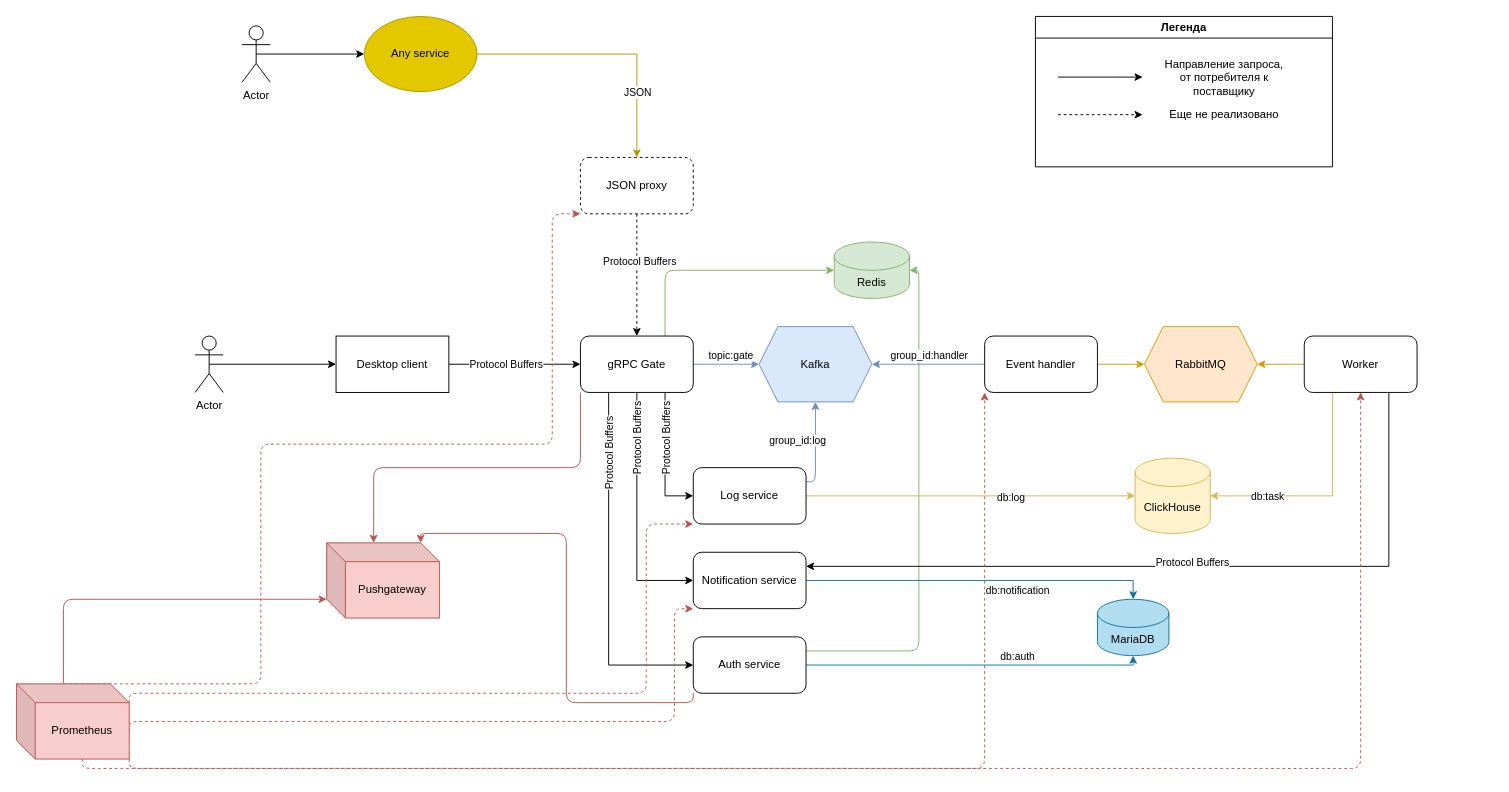
This is page "New" (1 of 2) of scheme.drawio from gbh007/petus-projectus, a draw.io file, before an edit. Source tidied: cells renumbered, new cells numbered last; positions are measured from the earlier drawing's top-left corner, leaving out a move shared by most shapes. Both pictures are drawn from the tidied source at 94%, with x=0, y=0 at pixel (16, 16).
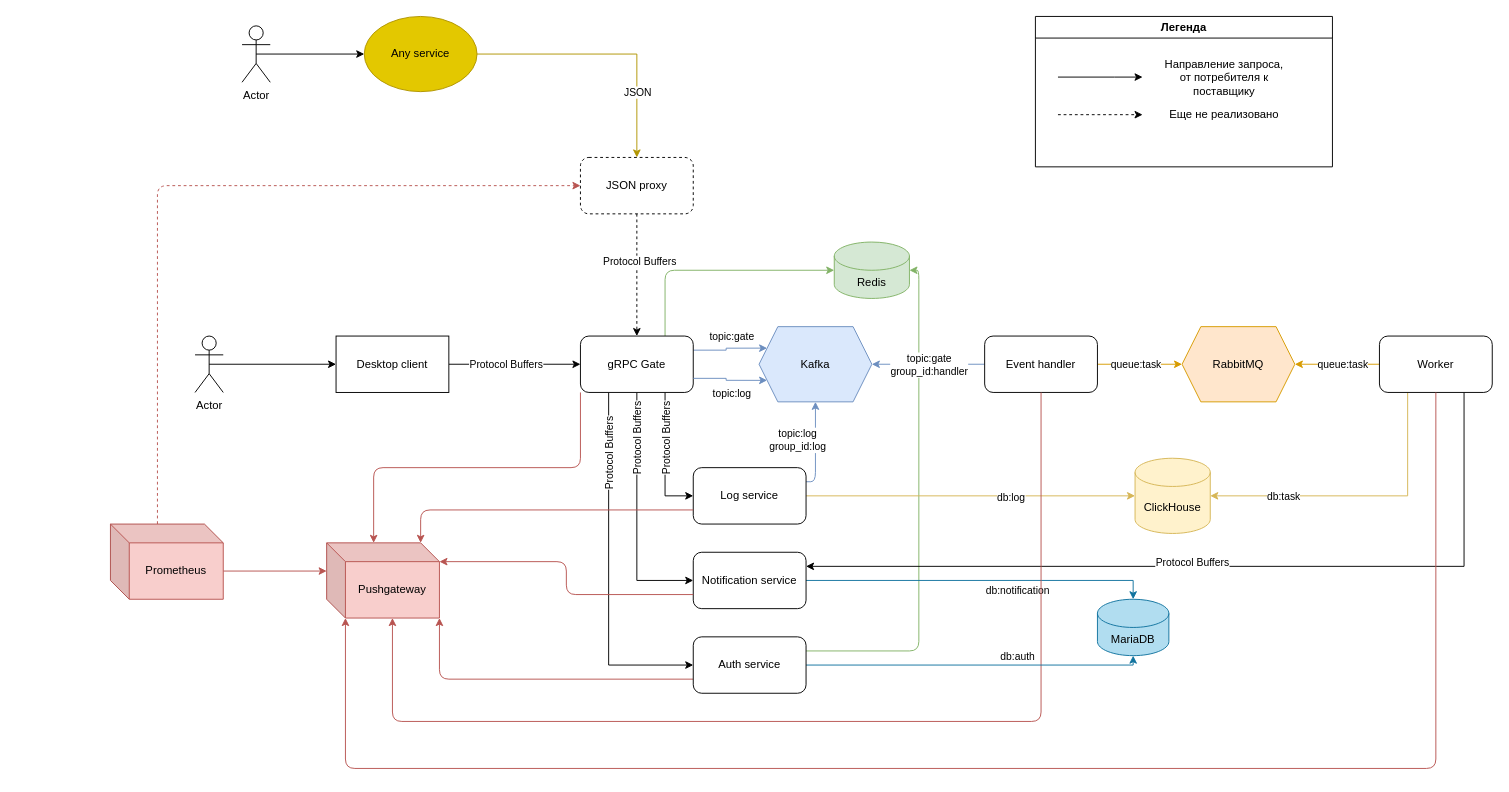
After the change.

Unchanged cells that the change refers to:
```xml
<mxCell id="5" style="edgeStyle=orthogonalEdgeStyle;rounded=0;jettySize=auto;html=1;exitX=0;exitY=0.5;exitDx=0;exitDy=0;entryX=1;entryY=0.5;entryDx=0;entryDy=0;fillColor=#dae8fc;strokeColor=#6c8ebf;" parent="1" edge="1" source="12" target="8">
  <mxGeometry relative="1" as="geometry" />
</mxCell>
<mxCell id="8" value="Kafka" style="shape=hexagon;perimeter=hexagonPerimeter2;whiteSpace=wrap;html=1;fixedSize=1;fillColor=#dae8fc;strokeColor=#6c8ebf;" parent="1" vertex="1">
  <mxGeometry x="790" y="330" width="120" height="80" as="geometry" />
</mxCell>
<mxCell id="11" style="edgeStyle=orthogonalEdgeStyle;rounded=0;jettySize=auto;html=1;exitX=1;exitY=0.5;exitDx=0;exitDy=0;entryX=0;entryY=0.5;entryDx=0;entryDy=0;fillColor=#ffe6cc;strokeColor=#d79b00;" parent="1" edge="1" source="12" target="10">
  <mxGeometry relative="1" as="geometry" />
</mxCell>
<mxCell id="12" value="Event handler" style="rounded=1;whiteSpace=wrap;html=1;" parent="1" vertex="1">
  <mxGeometry x="1030" y="340" width="120" height="60" as="geometry" />
</mxCell>
<mxCell id="25" value="gRPC Gate" style="rounded=1;whiteSpace=wrap;html=1;" parent="1" vertex="1">
  <mxGeometry x="600" y="340" width="120" height="60" as="geometry" />
</mxCell>
<mxCell id="28" value="JSON proxy" style="rounded=1;whiteSpace=wrap;html=1;dashed=1;" parent="1" vertex="1">
  <mxGeometry x="600" y="150" width="120" height="60" as="geometry" />
</mxCell>
<mxCell id="41" value="Log service" style="rounded=1;whiteSpace=wrap;html=1;" parent="1" vertex="1">
  <mxGeometry x="720" y="480" width="120" height="60" as="geometry" />
</mxCell>
<mxCell id="44" value="Notification service" style="rounded=1;whiteSpace=wrap;html=1;" parent="1" vertex="1">
  <mxGeometry x="720" y="570" width="120" height="60" as="geometry" />
</mxCell>
<mxCell id="56" value="Auth service" style="rounded=1;whiteSpace=wrap;html=1;" parent="1" vertex="1">
  <mxGeometry x="720" y="660" width="120" height="60" as="geometry" />
</mxCell>
<mxCell id="68" value="Pushgateway" style="shape=cube;whiteSpace=wrap;html=1;boundedLbl=1;backgroundOutline=1;darkOpacity=0.05;darkOpacity2=0.1;fillColor=#f8cecc;strokeColor=#b85450;" parent="1" vertex="1">
  <mxGeometry x="330" y="560" width="120" height="80" as="geometry" />
</mxCell>
```

What changed in the source:
```diff
@@
-    <mxCell id="6" value="group_id:handler" style="edgeLabel;html=1;align=center;verticalAlign=middle;" parent="5" vertex="1">
+    <mxCell id="6" value="topic:gate&lt;br&gt;group_id:handler" style="edgeLabel;html=1;align=center;verticalAlign=middle;" parent="5" vertex="1">
       <mxGeometry x="-0.21" relative="1" as="geometry">
-        <mxPoint x="-13" y="-10" as="offset" />
+        <mxPoint x="-13" as="offset" />
       </mxGeometry>
     </mxCell>
@@
     <mxCell id="10" value="RabbitMQ" style="shape=hexagon;perimeter=hexagonPerimeter2;whiteSpace=wrap;html=1;fixedSize=1;fillColor=#ffe6cc;strokeColor=#d79b00;" parent="1" vertex="1">
-      <mxGeometry x="1200" y="330" width="120" height="80" as="geometry" />
+      <mxGeometry x="1240" y="330" width="120" height="80" as="geometry" />
     </mxCell>
@@
+    <mxCell id="69" value="queue:task" style="edgeLabel;html=1;align=center;verticalAlign=middle;" parent="11" vertex="1">
+      <mxGeometry x="-0.27" y="1" relative="1" as="geometry">
+        <mxPoint x="7" y="1" as="offset" />
+      </mxGeometry>
+    </mxCell>
@@
     <mxCell id="16" value="Worker" style="rounded=1;whiteSpace=wrap;html=1;" parent="1" vertex="1">
-      <mxGeometry x="1370" y="340" width="120" height="60" as="geometry" />
+      <mxGeometry x="1450" y="340" width="120" height="60" as="geometry" />
     </mxCell>
-    <mxCell id="17" style="edgeStyle=orthogonalEdgeStyle;rounded=0;jettySize=auto;html=1;exitX=1;exitY=0.5;exitDx=0;exitDy=0;entryX=0;entryY=0.5;entryDx=0;entryDy=0;fillColor=#dae8fc;strokeColor=#6c8ebf;" parent="1" edge="1" source="25" target="8">
+    <mxCell id="17" style="edgeStyle=orthogonalEdgeStyle;rounded=0;jettySize=auto;html=1;exitX=1;exitY=0.25;exitDx=0;exitDy=0;entryX=0;entryY=0.25;entryDx=0;entryDy=0;fillColor=#dae8fc;strokeColor=#6c8ebf;" parent="1" edge="1" source="25" target="8">
       <mxGeometry relative="1" as="geometry" />
     </mxCell>
     <mxCell id="18" value="topic:gate" style="edgeLabel;html=1;align=center;verticalAlign=middle;" parent="17" vertex="1">
       <mxGeometry x="-0.21" y="2" relative="1" as="geometry">
-        <mxPoint x="11" y="-8" as="offset" />
+        <mxPoint x="8" y="-13" as="offset" />
       </mxGeometry>
     </mxCell>
@@
+    <mxCell id="47" style="edgeStyle=orthogonalEdgeStyle;html=1;exitX=0.5;exitY=1;exitDx=0;exitDy=0;entryX=0;entryY=0;entryDx=70;entryDy=80;rounded=1;strokeColor=#b85450;snapToPoint=0;fixDash=0;backgroundOutline=0;orthogonal=0;enumerate=0;comic=0;fillColor=#f8cecc;entryPerimeter=0;" parent="1" edge="1" source="12" target="68">
+      <mxGeometry relative="1" as="geometry">
+        <Array as="points">
+          <mxPoint x="1090" y="750" />
+          <mxPoint x="400" y="750" />
+        </Array>
+      </mxGeometry>
+    </mxCell>
-    <mxCell id="46" style="edgeStyle=orthogonalEdgeStyle;html=1;exitX=0;exitY=0;exitDx=120;exitDy=20;exitPerimeter=0;entryX=0;entryY=1;entryDx=0;entryDy=0;rounded=1;strokeColor=#b85450;snapToPoint=0;fixDash=0;backgroundOutline=0;orthogonal=0;enumerate=0;comic=0;dashed=1;fillColor=#f8cecc;" parent="1" edge="1" source="53" target="41">
-      <mxGeometry relative="1" as="geometry">
-        <Array as="points">
-          <mxPoint x="670" y="720" />
-          <mxPoint x="670" y="540" />
-        </Array>
-      </mxGeometry>
+    <mxCell id="46" style="edgeStyle=orthogonalEdgeStyle;html=1;exitX=0;exitY=0.75;exitDx=0;exitDy=0;entryX=0;entryY=0;entryDx=100;entryDy=0;rounded=1;strokeColor=#b85450;snapToPoint=0;fixDash=0;backgroundOutline=0;orthogonal=0;enumerate=0;comic=0;fillColor=#f8cecc;entryPerimeter=0;" parent="1" edge="1" source="41" target="68">
+      <mxGeometry relative="1" as="geometry" />
     </mxCell>
-    <mxCell id="47" style="edgeStyle=orthogonalEdgeStyle;html=1;exitX=1;exitY=1;exitDx=0;exitDy=0;exitPerimeter=0;entryX=0;entryY=1;entryDx=0;entryDy=0;rounded=1;strokeColor=#b85450;snapToPoint=0;fixDash=0;backgroundOutline=0;orthogonal=0;enumerate=0;comic=0;dashed=1;fillColor=#f8cecc;" parent="1" edge="1" source="53" target="12">
-      <mxGeometry relative="1" as="geometry">
-        <Array as="points">
-          <mxPoint x="330" y="800" />
-          <mxPoint x="940" y="800" />
-        </Array>
-      </mxGeometry>
-    </mxCell>
-    <mxCell id="48" style="edgeStyle=orthogonalEdgeStyle;html=1;exitX=0;exitY=0;exitDx=120;exitDy=50;exitPerimeter=0;entryX=0;entryY=1;entryDx=0;entryDy=0;rounded=1;strokeColor=#b85450;snapToPoint=0;fixDash=0;backgroundOutline=0;orthogonal=0;enumerate=0;comic=0;dashed=1;fillColor=#f8cecc;" parent="1" edge="1" source="53" target="44">
-      <mxGeometry relative="1" as="geometry">
-        <Array as="points">
-          <mxPoint x="700" y="750" />
-          <mxPoint x="700" y="630" />
-        </Array>
-      </mxGeometry>
+    <mxCell id="48" style="edgeStyle=orthogonalEdgeStyle;html=1;exitX=0;exitY=0.75;exitDx=0;exitDy=0;entryX=0;entryY=0;entryDx=120;entryDy=20;rounded=1;strokeColor=#b85450;snapToPoint=0;fixDash=0;backgroundOutline=0;orthogonal=0;enumerate=0;comic=0;fillColor=#f8cecc;entryPerimeter=0;" parent="1" edge="1" source="44" target="68">
+      <mxGeometry relative="1" as="geometry" />
     </mxCell>
-    <mxCell id="49" style="edgeStyle=orthogonalEdgeStyle;html=1;exitX=0;exitY=0;exitDx=70;exitDy=80;exitPerimeter=0;entryX=0.5;entryY=1;entryDx=0;entryDy=0;rounded=1;strokeColor=#b85450;snapToPoint=0;fixDash=0;backgroundOutline=0;orthogonal=0;enumerate=0;comic=0;dashed=1;fillColor=#f8cecc;" parent="1" edge="1" source="53" target="16">
-      <mxGeometry relative="1" as="geometry" />
+    <mxCell id="49" style="edgeStyle=orthogonalEdgeStyle;html=1;exitX=0.5;exitY=1;exitDx=0;exitDy=0;entryX=0;entryY=0;entryDx=20;entryDy=80;rounded=1;strokeColor=#b85450;snapToPoint=0;fixDash=0;backgroundOutline=0;orthogonal=0;enumerate=0;comic=0;fillColor=#f8cecc;entryPerimeter=0;" parent="1" edge="1" source="16" target="68">
+      <mxGeometry relative="1" as="geometry">
+        <Array as="points">
+          <mxPoint x="1510" y="800" />
+          <mxPoint x="350" y="800" />
+        </Array>
+      </mxGeometry>
     </mxCell>
-    <mxCell id="50" style="edgeStyle=orthogonalEdgeStyle;rounded=1;comic=0;html=1;exitX=0;exitY=0;exitDx=50;exitDy=0;exitPerimeter=0;entryX=0;entryY=1;entryDx=0;entryDy=0;strokeColor=#b85450;dashed=1;fillColor=#f8cecc;" parent="1" edge="1" source="53" target="28">
-      <mxGeometry relative="1" as="geometry">
-        <Array as="points">
-          <mxPoint x="260" y="455" />
-          <mxPoint x="570" y="455" />
-          <mxPoint x="570" y="210" />
-        </Array>
-      </mxGeometry>
+    <mxCell id="50" style="edgeStyle=orthogonalEdgeStyle;rounded=1;comic=0;html=1;exitX=0;exitY=0;exitDx=50;exitDy=0;exitPerimeter=0;entryX=0;entryY=0.5;entryDx=0;entryDy=0;strokeColor=#b85450;dashed=1;fillColor=#f8cecc;" parent="1" edge="1" source="53" target="28">
+      <mxGeometry relative="1" as="geometry" />
     </mxCell>
-    <mxCell id="51" style="edgeStyle=orthogonalEdgeStyle;html=1;exitX=0;exitY=1;exitDx=0;exitDy=0;entryX=0;entryY=0;entryDx=100;entryDy=0;strokeColor=#b85450;comic=0;fillColor=#f8cecc;entryPerimeter=0;" parent="1" edge="1" source="56" target="68">
+    <mxCell id="51" style="edgeStyle=orthogonalEdgeStyle;html=1;exitX=0;exitY=0.75;exitDx=0;exitDy=0;entryX=1;entryY=1;entryDx=0;entryDy=0;strokeColor=#b85450;comic=0;fillColor=#f8cecc;entryPerimeter=0;" parent="1" edge="1" source="56" target="68">
       <mxGeometry relative="1" as="geometry" />
     </mxCell>
-    <mxCell id="52" style="edgeStyle=orthogonalEdgeStyle;html=1;exitX=0;exitY=0;exitDx=50;exitDy=0;exitPerimeter=0;entryX=0;entryY=0;entryDx=0;entryDy=60;entryPerimeter=0;strokeColor=#b85450;comic=0;fillColor=#f8cecc;" parent="1" edge="1" source="53" target="68">
+    <mxCell id="52" style="edgeStyle=orthogonalEdgeStyle;html=1;exitX=0;exitY=0;exitDx=120;exitDy=50;exitPerimeter=0;entryX=0;entryY=0;entryDx=0;entryDy=30;entryPerimeter=0;strokeColor=#b85450;comic=0;fillColor=#f8cecc;" parent="1" edge="1" source="53" target="68">
       <mxGeometry relative="1" as="geometry" />
     </mxCell>
     <mxCell id="53" value="Prometheus" style="shape=cube;whiteSpace=wrap;html=1;boundedLbl=1;backgroundOutline=1;darkOpacity=0.05;darkOpacity2=0.1;fillColor=#f8cecc;strokeColor=#b85450;" parent="1" vertex="1">
-      <mxGeometry y="710" width="120" height="80" as="geometry" />
+      <mxGeometry x="100" y="540" width="120" height="80" as="geometry" />
     </mxCell>
@@
-    <mxCell id="60" value="group_id:log" style="edgeLabel;html=1;align=center;verticalAlign=middle;" parent="1" vertex="1">
+    <mxCell id="60" value="topic:log&lt;br&gt;group_id:log" style="edgeLabel;html=1;align=center;verticalAlign=middle;" parent="1" vertex="1">
       <mxGeometry x="830" y="450" as="geometry" />
     </mxCell>
@@
+    <mxCell id="70" style="edgeStyle=orthogonalEdgeStyle;rounded=0;jettySize=auto;html=1;exitX=1;exitY=0.75;exitDx=0;exitDy=0;fillColor=#dae8fc;strokeColor=#6c8ebf;entryX=0;entryY=0.75;entryDx=0;entryDy=0;" parent="1" edge="1" source="25" target="8">
+      <mxGeometry relative="1" as="geometry" />
+    </mxCell>
+    <mxCell id="71" value="topic:log" style="edgeLabel;html=1;align=center;verticalAlign=middle;" parent="70" vertex="1">
+      <mxGeometry x="-0.21" y="2" relative="1" as="geometry">
+        <mxPoint x="8" y="17" as="offset" />
+      </mxGeometry>
+    </mxCell>
+    <mxCell id="72" value="queue:task" style="edgeLabel;html=1;align=center;verticalAlign=middle;" parent="1" vertex="1">
+      <mxGeometry x="1410" y="370" as="geometry" />
+    </mxCell>
```
